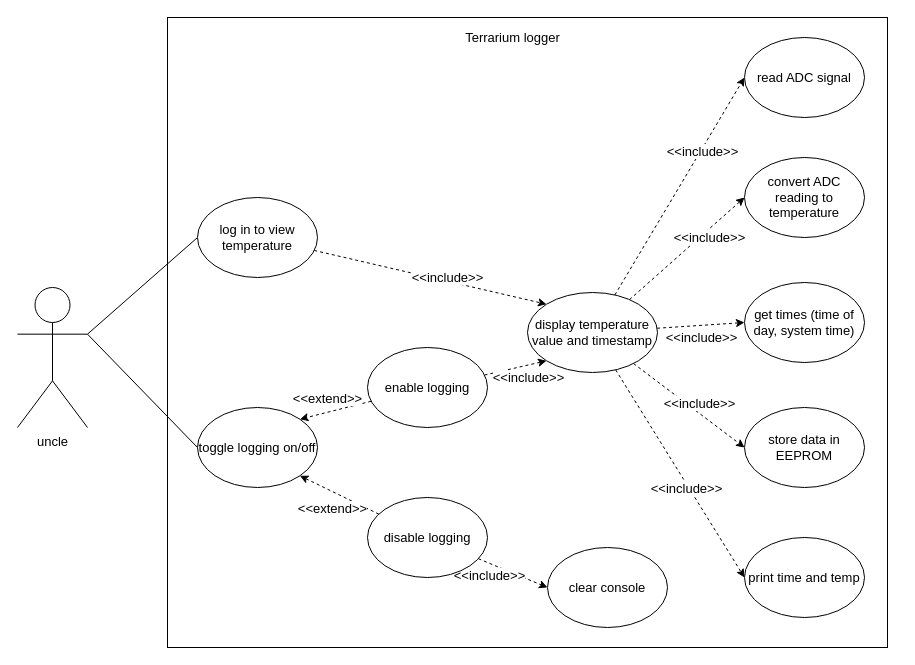
Above: diagrams/usecasediagram.drawio in hrrhan002/Terrarium-Logger (draw.io), before the change. Source tidied: cells renumbered, new cells numbered last; positions are measured from the earlier drawing's top-left corner, leaving out a move shared by most shapes. Both pictures are drawn from the tidied source at 100%, with x=0, y=0 at pixel (17, 17).
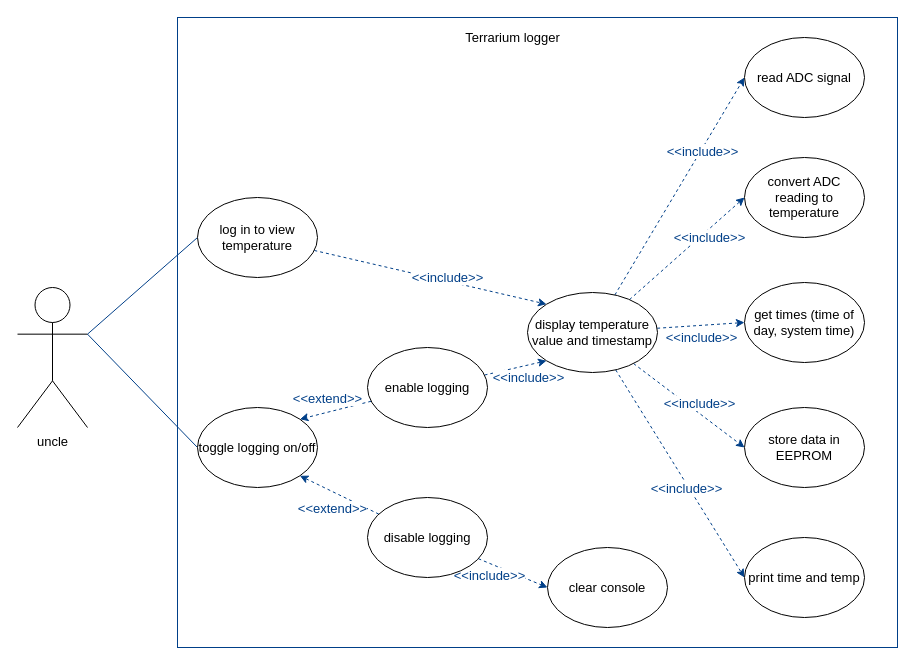
The same page after the edit.

The change refers to these unchanged cells:
```xml
<mxCell id="5" value="&lt;div style=&quot;font-size: 13px;&quot;&gt;uncle&lt;/div&gt;" style="shape=umlActor;verticalLabelPosition=bottom;verticalAlign=top;html=1;outlineConnect=0;fontSize=13;" parent="1" vertex="1">
  <mxGeometry y="270" width="70" height="140" as="geometry" />
</mxCell>
<mxCell id="8" value="log in to view temperature" style="ellipse;whiteSpace=wrap;html=1;fontSize=13;" parent="1" vertex="1">
  <mxGeometry x="180" y="180" width="120" height="80" as="geometry" />
</mxCell>
<mxCell id="9" value="toggle logging on/off" style="ellipse;whiteSpace=wrap;html=1;fontSize=13;" parent="1" vertex="1">
  <mxGeometry x="180" y="390" width="120" height="80" as="geometry" />
</mxCell>
<mxCell id="14" value="enable logging" style="ellipse;whiteSpace=wrap;html=1;fontSize=13;" parent="1" vertex="1">
  <mxGeometry x="350" y="330" width="120" height="80" as="geometry" />
</mxCell>
<mxCell id="19" value="disable logging" style="ellipse;whiteSpace=wrap;html=1;fontSize=13;" parent="1" vertex="1">
  <mxGeometry x="350" y="480" width="120" height="80" as="geometry" />
</mxCell>
<mxCell id="30" value="display temperature value and timestamp" style="ellipse;whiteSpace=wrap;html=1;fontSize=13;" parent="1" vertex="1">
  <mxGeometry x="510" y="275" width="130" height="80" as="geometry" />
</mxCell>
<mxCell id="31" value="read ADC signal" style="ellipse;whiteSpace=wrap;html=1;fontSize=13;" parent="1" vertex="1">
  <mxGeometry x="727" y="20" width="120" height="80" as="geometry" />
</mxCell>
<mxCell id="32" value="convert ADC reading to temperature" style="ellipse;whiteSpace=wrap;html=1;fontSize=13;" parent="1" vertex="1">
  <mxGeometry x="727" y="140" width="120" height="80" as="geometry" />
</mxCell>
<mxCell id="33" value="get times (time of day, system time)" style="ellipse;whiteSpace=wrap;html=1;fontSize=13;" parent="1" vertex="1">
  <mxGeometry x="727" y="265" width="120" height="80" as="geometry" />
</mxCell>
<mxCell id="34" value="print time and temp" style="ellipse;whiteSpace=wrap;html=1;fontSize=13;" parent="1" vertex="1">
  <mxGeometry x="727" y="520" width="120" height="80" as="geometry" />
</mxCell>
<mxCell id="35" value="store data in EEPROM" style="ellipse;whiteSpace=wrap;html=1;fontSize=13;" parent="1" vertex="1">
  <mxGeometry x="727" y="390" width="120" height="80" as="geometry" />
</mxCell>
<mxCell id="37" value="clear console" style="ellipse;whiteSpace=wrap;html=1;fontSize=13;" parent="1" vertex="1">
  <mxGeometry x="530" y="530" width="120" height="80" as="geometry" />
</mxCell>
```

The edit, as a diff of the source:
```diff
@@
-    <mxCell id="2" style="rounded=0;whiteSpace=wrap;html=1;fontSize=13;fillColor=none;" parent="1" vertex="1">
-      <mxGeometry x="150" width="720" height="630" as="geometry" />
-    </mxCell>
+    <mxCell id="38" style="rounded=0;whiteSpace=wrap;html=1;fontSize=13;fillColor=none;strokeColor=#003F88;" parent="1" vertex="1">
+      <mxGeometry x="160" width="720" height="630" as="geometry" />
+    </mxCell>
-    <mxCell id="3" style="edgeStyle=none;rounded=0;jettySize=auto;html=1;exitX=1;exitY=0.3333333333333333;exitDx=0;exitDy=0;exitPerimeter=0;entryX=0;entryY=0.5;entryDx=0;entryDy=0;startArrow=none;startFill=0;endArrow=none;endFill=0;fontSize=13;" parent="1" edge="1" source="5" target="8">
+    <mxCell id="3" style="edgeStyle=none;rounded=0;jettySize=auto;html=1;exitX=1;exitY=0.3333333333333333;exitDx=0;exitDy=0;exitPerimeter=0;entryX=0;entryY=0.5;entryDx=0;entryDy=0;startArrow=none;startFill=0;endArrow=none;endFill=0;fontSize=13;strokeColor=#003F88;" parent="1" edge="1" source="5" target="8">
       <mxGeometry relative="1" as="geometry" />
     </mxCell>
-    <mxCell id="4" style="edgeStyle=none;rounded=0;jettySize=auto;html=1;exitX=1;exitY=0.3333333333333333;exitDx=0;exitDy=0;exitPerimeter=0;entryX=0;entryY=0.5;entryDx=0;entryDy=0;startArrow=none;startFill=0;endArrow=none;endFill=0;fontSize=13;" parent="1" edge="1" source="5" target="9">
+    <mxCell id="4" style="edgeStyle=none;rounded=0;jettySize=auto;html=1;exitX=1;exitY=0.3333333333333333;exitDx=0;exitDy=0;exitPerimeter=0;entryX=0;entryY=0.5;entryDx=0;entryDy=0;startArrow=none;startFill=0;endArrow=none;endFill=0;fontSize=13;strokeColor=#003F88;" parent="1" edge="1" source="5" target="9">
       <mxGeometry relative="1" as="geometry" />
     </mxCell>
@@
-    <mxCell id="6" style="edgeStyle=none;rounded=0;jettySize=auto;html=1;entryX=0;entryY=0;entryDx=0;entryDy=0;dashed=1;startArrow=none;startFill=0;endArrow=classic;endFill=1;fontSize=13;" parent="1" edge="1" source="8" target="30">
+    <mxCell id="6" style="edgeStyle=none;rounded=0;jettySize=auto;html=1;entryX=0;entryY=0;entryDx=0;entryDy=0;dashed=1;startArrow=none;startFill=0;endArrow=classic;endFill=1;fontSize=13;strokeColor=#003F88;" parent="1" edge="1" source="8" target="30">
       <mxGeometry relative="1" as="geometry" />
     </mxCell>
-    <mxCell id="7" value="&amp;lt;&amp;lt;include&amp;gt;&amp;gt;" style="edgeLabel;html=1;align=center;verticalAlign=middle;fontSize=13;" parent="6" vertex="1">
-      <mxGeometry x="0.3" y="2" relative="1" as="geometry">
-        <mxPoint x="-18.5" y="-6.1" as="offset" />
-      </mxGeometry>
-    </mxCell>
+    <mxCell id="39" value="&amp;lt;&amp;lt;include&amp;gt;&amp;gt;" style="edgeLabel;html=1;align=center;verticalAlign=middle;fontSize=13;fontColor=#003F88;" parent="6" vertex="1">
+      <mxGeometry x="0.3" y="2" relative="1" as="geometry">
+        <mxPoint x="-18.5" y="-6.1" as="offset" />
+      </mxGeometry>
+    </mxCell>
@@
-    <mxCell id="10" style="edgeStyle=none;rounded=0;jettySize=auto;html=1;entryX=0;entryY=1;entryDx=0;entryDy=0;dashed=1;startArrow=none;startFill=0;endArrow=classic;endFill=1;fontSize=13;" parent="1" edge="1" source="14" target="30">
+    <mxCell id="10" style="edgeStyle=none;rounded=0;jettySize=auto;html=1;entryX=0;entryY=1;entryDx=0;entryDy=0;dashed=1;startArrow=none;startFill=0;endArrow=classic;endFill=1;fontSize=13;strokeColor=#003F88;fontColor=#003F88;" parent="1" edge="1" source="14" target="30">
       <mxGeometry relative="1" as="geometry" />
     </mxCell>
-    <mxCell id="11" value="&amp;lt;&amp;lt;include&amp;gt;&amp;gt;" style="edgeLabel;html=1;align=center;verticalAlign=middle;fontSize=13;" parent="10" vertex="1">
-      <mxGeometry x="-0.25" relative="1" as="geometry">
-        <mxPoint x="19.8" y="7.8" as="offset" />
-      </mxGeometry>
-    </mxCell>
+    <mxCell id="40" value="&amp;lt;&amp;lt;include&amp;gt;&amp;gt;" style="edgeLabel;html=1;align=center;verticalAlign=middle;fontSize=13;fontColor=#003F88;" parent="10" vertex="1">
+      <mxGeometry x="-0.25" relative="1" as="geometry">
+        <mxPoint x="19.8" y="7.8" as="offset" />
+      </mxGeometry>
+    </mxCell>
-    <mxCell id="12" style="edgeStyle=none;rounded=0;jettySize=auto;html=1;entryX=1;entryY=0;entryDx=0;entryDy=0;dashed=1;startArrow=none;startFill=0;endArrow=classic;endFill=1;fontSize=13;" parent="1" edge="1" source="14" target="9">
+    <mxCell id="12" style="edgeStyle=none;rounded=0;jettySize=auto;html=1;entryX=1;entryY=0;entryDx=0;entryDy=0;dashed=1;startArrow=none;startFill=0;endArrow=classic;endFill=1;fontSize=13;strokeColor=#003F88;fontColor=#003F88;" parent="1" edge="1" source="14" target="9">
       <mxGeometry relative="1" as="geometry" />
     </mxCell>
-    <mxCell id="13" value="&amp;lt;&amp;lt;extend&amp;gt;&amp;gt;" style="edgeLabel;html=1;align=center;verticalAlign=middle;fontSize=13;" parent="12" vertex="1">
-      <mxGeometry x="0.25" y="2" relative="1" as="geometry">
-        <mxPoint x="0.1" y="-16.9" as="offset" />
-      </mxGeometry>
-    </mxCell>
+    <mxCell id="41" value="&amp;lt;&amp;lt;extend&amp;gt;&amp;gt;" style="edgeLabel;html=1;align=center;verticalAlign=middle;fontSize=13;fontColor=#003F88;" parent="12" vertex="1">
+      <mxGeometry x="0.25" y="2" relative="1" as="geometry">
+        <mxPoint x="0.1" y="-16.9" as="offset" />
+      </mxGeometry>
+    </mxCell>
@@
-    <mxCell id="15" style="edgeStyle=none;rounded=0;jettySize=auto;html=1;entryX=1;entryY=1;entryDx=0;entryDy=0;dashed=1;startArrow=none;startFill=0;endArrow=classic;endFill=1;fontSize=13;" parent="1" edge="1" source="19" target="9">
+    <mxCell id="15" style="edgeStyle=none;rounded=0;jettySize=auto;html=1;entryX=1;entryY=1;entryDx=0;entryDy=0;dashed=1;startArrow=none;startFill=0;endArrow=classic;endFill=1;fontSize=13;strokeColor=#003F88;fontColor=#003F88;" parent="1" edge="1" source="19" target="9">
       <mxGeometry relative="1" as="geometry" />
     </mxCell>
-    <mxCell id="16" value="&amp;lt;&amp;lt;extend&amp;gt;&amp;gt;" style="edgeLabel;html=1;align=center;verticalAlign=middle;fontSize=13;" parent="15" vertex="1">
-      <mxGeometry x="-0.56" y="2" relative="1" as="geometry">
-        <mxPoint x="-29" y="0.2" as="offset" />
-      </mxGeometry>
-    </mxCell>
+    <mxCell id="42" value="&amp;lt;&amp;lt;extend&amp;gt;&amp;gt;" style="edgeLabel;html=1;align=center;verticalAlign=middle;fontSize=13;fontColor=#003F88;" parent="15" vertex="1">
+      <mxGeometry x="-0.56" y="2" relative="1" as="geometry">
+        <mxPoint x="-29" y="0.2" as="offset" />
+      </mxGeometry>
+    </mxCell>
-    <mxCell id="17" style="edgeStyle=none;rounded=0;jettySize=auto;html=1;entryX=0;entryY=0.5;entryDx=0;entryDy=0;startArrow=none;startFill=0;endArrow=classic;endFill=1;fontSize=13;dashed=1;" parent="1" edge="1" source="19" target="37">
+    <mxCell id="17" style="edgeStyle=none;rounded=0;jettySize=auto;html=1;entryX=0;entryY=0.5;entryDx=0;entryDy=0;startArrow=none;startFill=0;endArrow=classic;endFill=1;fontSize=13;dashed=1;strokeColor=#003F88;" parent="1" edge="1" source="19" target="37">
       <mxGeometry relative="1" as="geometry" />
     </mxCell>
-    <mxCell id="18" value="&amp;lt;&amp;lt;include&amp;gt;&amp;gt;" style="edgeLabel;html=1;align=center;verticalAlign=middle;fontSize=13;" parent="17" vertex="1">
-      <mxGeometry x="0.14" relative="1" as="geometry">
-        <mxPoint x="-28.8" as="offset" />
-      </mxGeometry>
-    </mxCell>
+    <mxCell id="43" value="&amp;lt;&amp;lt;include&amp;gt;&amp;gt;" style="edgeLabel;html=1;align=center;verticalAlign=middle;fontSize=13;fontColor=#003F88;" parent="17" vertex="1">
+      <mxGeometry x="0.14" relative="1" as="geometry">
+        <mxPoint x="-28.8" as="offset" />
+      </mxGeometry>
+    </mxCell>
@@
-    <mxCell id="20" style="edgeStyle=none;rounded=0;jettySize=auto;html=1;entryX=0;entryY=0.5;entryDx=0;entryDy=0;dashed=1;startArrow=none;startFill=0;endArrow=classic;endFill=1;fontSize=13;" parent="1" edge="1" source="30" target="31">
+    <mxCell id="20" style="edgeStyle=none;rounded=0;jettySize=auto;html=1;entryX=0;entryY=0.5;entryDx=0;entryDy=0;dashed=1;startArrow=none;startFill=0;endArrow=classic;endFill=1;fontSize=13;strokeColor=#003F88;" parent="1" edge="1" source="30" target="31">
       <mxGeometry relative="1" as="geometry" />
     </mxCell>
-    <mxCell id="21" value="&amp;lt;&amp;lt;include&amp;gt;&amp;gt;" style="edgeLabel;html=1;align=center;verticalAlign=middle;fontSize=13;" parent="20" vertex="1">
-      <mxGeometry x="0.33" y="-1" relative="1" as="geometry" />
-    </mxCell>
+    <mxCell id="44" value="&amp;lt;&amp;lt;include&amp;gt;&amp;gt;" style="edgeLabel;html=1;align=center;verticalAlign=middle;fontSize=13;fontColor=#003F88;" parent="20" vertex="1">
+      <mxGeometry x="0.33" y="-1" relative="1" as="geometry" />
+    </mxCell>
-    <mxCell id="22" style="edgeStyle=none;rounded=0;jettySize=auto;html=1;entryX=0;entryY=0.5;entryDx=0;entryDy=0;dashed=1;startArrow=none;startFill=0;endArrow=classic;endFill=1;fontSize=13;" parent="1" edge="1" source="30" target="32">
+    <mxCell id="22" style="edgeStyle=none;rounded=0;jettySize=auto;html=1;entryX=0;entryY=0.5;entryDx=0;entryDy=0;dashed=1;startArrow=none;startFill=0;endArrow=classic;endFill=1;fontSize=13;strokeColor=#003F88;" parent="1" edge="1" source="30" target="32">
       <mxGeometry relative="1" as="geometry" />
     </mxCell>
-    <mxCell id="23" value="&amp;lt;&amp;lt;include&amp;gt;&amp;gt;" style="edgeLabel;html=1;align=center;verticalAlign=middle;fontSize=13;" parent="22" vertex="1">
-      <mxGeometry x="0.53" relative="1" as="geometry">
-        <mxPoint x="-8.6" y="15.6" as="offset" />
-      </mxGeometry>
-    </mxCell>
+    <mxCell id="45" value="&amp;lt;&amp;lt;include&amp;gt;&amp;gt;" style="edgeLabel;html=1;align=center;verticalAlign=middle;fontSize=13;fontColor=#003F88;" parent="22" vertex="1">
+      <mxGeometry x="0.53" relative="1" as="geometry">
+        <mxPoint x="-8.6" y="15.6" as="offset" />
+      </mxGeometry>
+    </mxCell>
-    <mxCell id="24" style="edgeStyle=none;rounded=0;jettySize=auto;html=1;entryX=0;entryY=0.5;entryDx=0;entryDy=0;dashed=1;startArrow=none;startFill=0;endArrow=classic;endFill=1;fontSize=13;" parent="1" edge="1" source="30" target="33">
+    <mxCell id="24" style="edgeStyle=none;rounded=0;jettySize=auto;html=1;entryX=0;entryY=0.5;entryDx=0;entryDy=0;dashed=1;startArrow=none;startFill=0;endArrow=classic;endFill=1;fontSize=13;strokeColor=#003F88;fontColor=#003F88;" parent="1" edge="1" source="30" target="33">
       <mxGeometry relative="1" as="geometry" />
     </mxCell>
-    <mxCell id="25" value="&amp;lt;&amp;lt;include&amp;gt;&amp;gt;" style="edgeLabel;html=1;align=center;verticalAlign=middle;fontSize=13;" parent="24" vertex="1">
-      <mxGeometry x="0.43" y="2" relative="1" as="geometry">
-        <mxPoint x="-18.6" y="15.2" as="offset" />
-      </mxGeometry>
-    </mxCell>
+    <mxCell id="46" value="&amp;lt;&amp;lt;include&amp;gt;&amp;gt;" style="edgeLabel;html=1;align=center;verticalAlign=middle;fontSize=13;fontColor=#003F88;" parent="24" vertex="1">
+      <mxGeometry x="0.43" y="2" relative="1" as="geometry">
+        <mxPoint x="-18.6" y="15.2" as="offset" />
+      </mxGeometry>
+    </mxCell>
-    <mxCell id="26" style="edgeStyle=none;rounded=0;jettySize=auto;html=1;entryX=0;entryY=0.5;entryDx=0;entryDy=0;dashed=1;startArrow=none;startFill=0;endArrow=classic;endFill=1;fontSize=13;" parent="1" edge="1" source="30" target="34">
+    <mxCell id="26" style="edgeStyle=none;rounded=0;jettySize=auto;html=1;entryX=0;entryY=0.5;entryDx=0;entryDy=0;dashed=1;startArrow=none;startFill=0;endArrow=classic;endFill=1;fontSize=13;strokeColor=#003F88;" parent="1" edge="1" source="30" target="34">
       <mxGeometry relative="1" as="geometry" />
     </mxCell>
-    <mxCell id="27" value="&amp;lt;&amp;lt;include&amp;gt;&amp;gt;" style="edgeLabel;html=1;align=center;verticalAlign=middle;fontSize=13;" parent="26" vertex="1">
-      <mxGeometry x="0.43" y="-1" relative="1" as="geometry">
-        <mxPoint x="-21.3" y="-31.3" as="offset" />
-      </mxGeometry>
-    </mxCell>
+    <mxCell id="47" value="&amp;lt;&amp;lt;include&amp;gt;&amp;gt;" style="edgeLabel;html=1;align=center;verticalAlign=middle;fontSize=13;fontColor=#003F88;" parent="26" vertex="1">
+      <mxGeometry x="0.43" y="-1" relative="1" as="geometry">
+        <mxPoint x="-21.3" y="-31.3" as="offset" />
+      </mxGeometry>
+    </mxCell>
-    <mxCell id="28" style="edgeStyle=none;rounded=0;jettySize=auto;html=1;entryX=0;entryY=0.5;entryDx=0;entryDy=0;dashed=1;startArrow=none;startFill=0;endArrow=classic;endFill=1;fontSize=13;" parent="1" edge="1" source="30" target="35">
+    <mxCell id="28" style="edgeStyle=none;rounded=0;jettySize=auto;html=1;entryX=0;entryY=0.5;entryDx=0;entryDy=0;dashed=1;startArrow=none;startFill=0;endArrow=classic;endFill=1;fontSize=13;strokeColor=#003F88;" parent="1" edge="1" source="30" target="35">
       <mxGeometry relative="1" as="geometry" />
     </mxCell>
-    <mxCell id="29" value="&amp;lt;&amp;lt;include&amp;gt;&amp;gt;" style="edgeLabel;html=1;align=center;verticalAlign=middle;fontSize=13;" parent="28" vertex="1">
-      <mxGeometry x="0.51" y="-2" relative="1" as="geometry">
-        <mxPoint x="-17.3" y="-25.8" as="offset" />
-      </mxGeometry>
-    </mxCell>
+    <mxCell id="48" value="&amp;lt;&amp;lt;include&amp;gt;&amp;gt;" style="edgeLabel;html=1;align=center;verticalAlign=middle;fontSize=13;fontColor=#003F88;" parent="28" vertex="1">
+      <mxGeometry x="0.51" y="-2" relative="1" as="geometry">
+        <mxPoint x="-17.3" y="-25.8" as="offset" />
+      </mxGeometry>
+    </mxCell>
```
